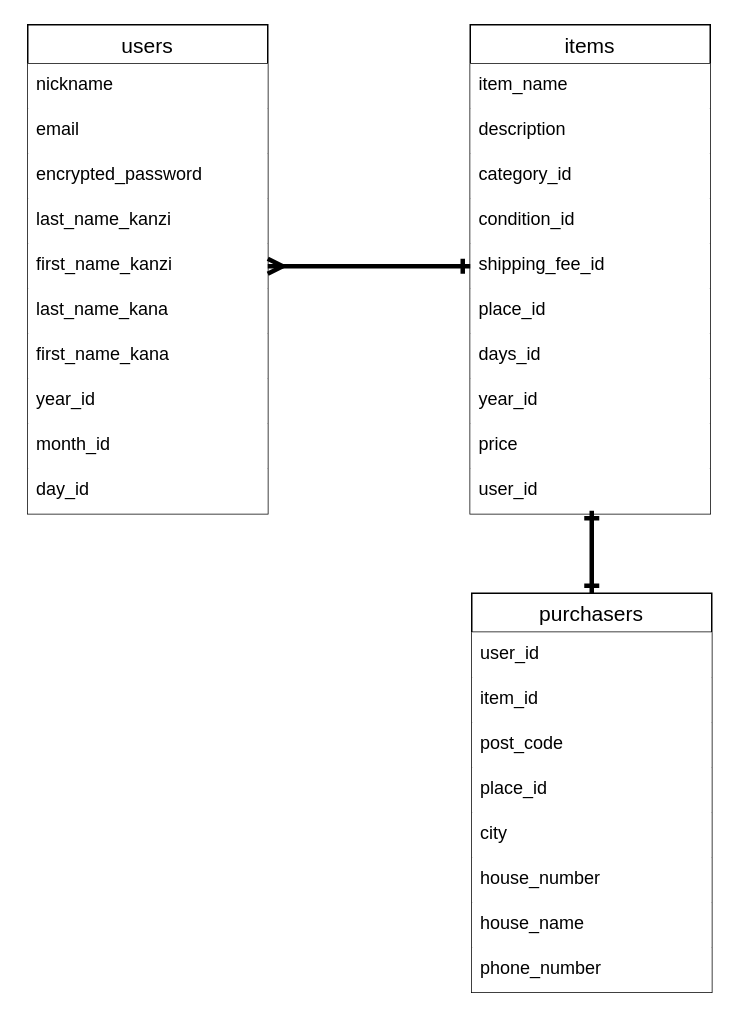
Above: furima.dio in FukuyamaTokuya/furima-4675 (draw.io), before the change. Source tidied: cells renumbered, new cells numbered last; positions are measured from the earlier drawing's top-left corner, leaving out a move shared by most shapes. Both pictures are drawn from the tidied source at 150%, with x=0, y=0 at pixel (27, 24).
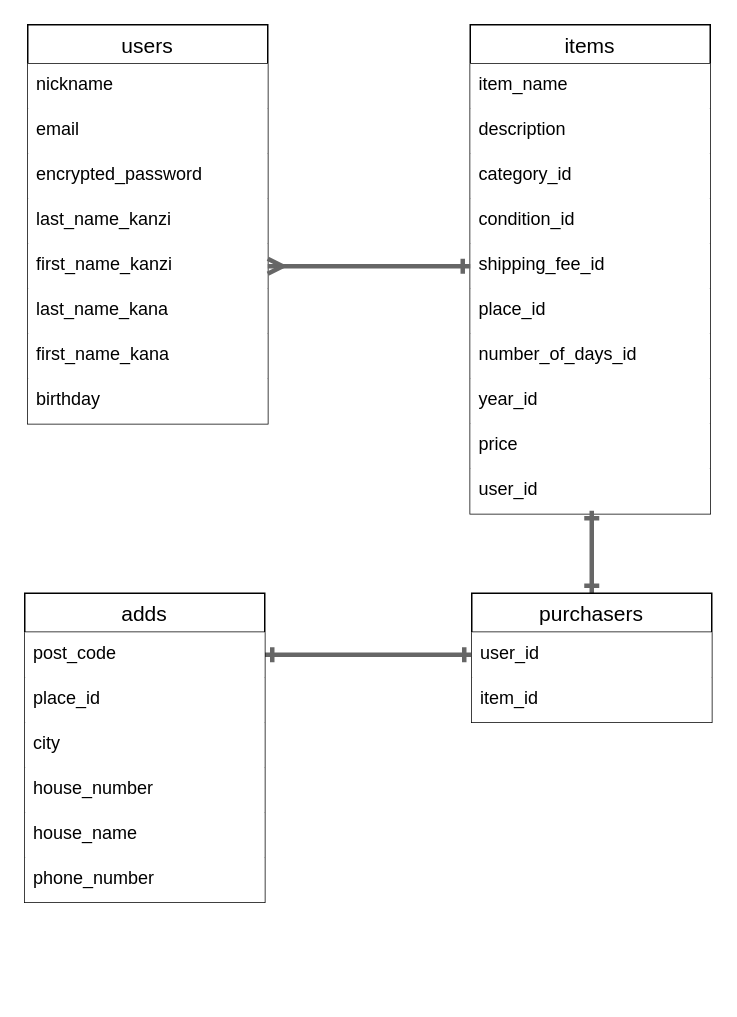
The same diagram, later.

Commit message (it also covers changes not shown here):
ER図とREADMEの修正２

The change refers to these unchanged cells:
```xml
<mxCell id="7" value="first_name_kanzi" style="text;strokeColor=none;fillColor=default;spacingLeft=4;spacingRight=4;overflow=hidden;points=[[0,0.5],[1,0.5]];portConstraint=eastwest;fontSize=12;" parent="2" vertex="1">
  <mxGeometry y="146" width="160" height="30" as="geometry" />
</mxCell>
<mxCell id="13" value="items" style="swimlane;fontStyle=0;horizontal=1;startSize=26;align=center;fontSize=14;" parent="1" vertex="1">
  <mxGeometry x="295" width="160" height="326" as="geometry" />
</mxCell>
<mxCell id="18" value="shipping_fee_id" style="text;strokeColor=none;fillColor=default;spacingLeft=4;spacingRight=4;overflow=hidden;points=[[0,0.5],[1,0.5]];portConstraint=eastwest;fontSize=12;" parent="13" vertex="1">
  <mxGeometry y="146" width="160" height="30" as="geometry" />
</mxCell>
<mxCell id="26" value="user_id" style="text;strokeColor=none;fillColor=default;spacingLeft=4;spacingRight=4;overflow=hidden;points=[[0,0.5],[1,0.5]];portConstraint=eastwest;fontSize=12;" parent="25" vertex="1">
  <mxGeometry y="26" width="160" height="30" as="geometry" />
</mxCell>
```

What changed in the source:
```diff
@@
     <mxCell id="2" value="users" style="swimlane;fontStyle=0;horizontal=1;startSize=26;align=center;fontSize=14;" parent="1" vertex="1">
-      <mxGeometry width="160" height="326" as="geometry" />
+      <mxGeometry width="160" height="266" as="geometry" />
     </mxCell>
@@
-    <mxCell id="10" value="year_id" style="text;strokeColor=none;fillColor=default;spacingLeft=4;spacingRight=4;overflow=hidden;fontSize=12;" parent="2" vertex="1">
+    <mxCell id="10" value="birthday" style="text;strokeColor=none;fillColor=default;spacingLeft=4;spacingRight=4;overflow=hidden;fontSize=12;" parent="2" vertex="1">
       <mxGeometry y="236" width="160" height="30" as="geometry" />
     </mxCell>
-    <mxCell id="11" value="month_id" style="text;strokeColor=none;fillColor=default;spacingLeft=4;spacingRight=4;overflow=hidden;fontSize=12;" parent="2" vertex="1">
-      <mxGeometry y="266" width="160" height="30" as="geometry" />
-    </mxCell>
-    <mxCell id="12" value="day_id" style="text;strokeColor=none;fillColor=default;spacingLeft=4;spacingRight=4;overflow=hidden;fontSize=12;" parent="2" vertex="1">
-      <mxGeometry y="296" width="160" height="30" as="geometry" />
-    </mxCell>
@@
-    <mxCell id="20" value="days_id" style="text;strokeColor=none;fillColor=default;spacingLeft=4;spacingRight=4;overflow=hidden;fontSize=12;" parent="13" vertex="1">
+    <mxCell id="20" value="number_of_days_id" style="text;strokeColor=none;fillColor=default;spacingLeft=4;spacingRight=4;overflow=hidden;fontSize=12;" parent="13" vertex="1">
       <mxGeometry y="206" width="160" height="30" as="geometry" />
     </mxCell>
@@
-    <mxCell id="24" style="edgeStyle=none;html=1;exitX=0.5;exitY=0;exitDx=0;exitDy=0;strokeWidth=3;endArrow=ERone;endFill=0;startArrow=ERone;startFill=0;" parent="1" edge="1" source="25">
+    <mxCell id="24" style="edgeStyle=none;html=1;exitX=0.5;exitY=0;exitDx=0;exitDy=0;strokeWidth=3;endArrow=ERone;endFill=0;startArrow=ERone;startFill=0;fillColor=#f5f5f5;strokeColor=#666666;" parent="1" edge="1" source="25">
       <mxGeometry relative="1" as="geometry">
         <mxPoint x="376" y="324" as="targetPoint" />
       </mxGeometry>
     </mxCell>
+    <mxCell id="35" style="edgeStyle=none;html=1;exitX=0;exitY=0.5;exitDx=0;exitDy=0;strokeWidth=3;startArrow=ERone;startFill=0;endArrow=ERone;endFill=0;fillColor=#f5f5f5;strokeColor=#666666;entryX=1;entryY=0.5;entryDx=0;entryDy=0;" parent="1" edge="1" source="26" target="28">
+      <mxGeometry relative="1" as="geometry" />
+    </mxCell>
     <mxCell id="25" value="purchasers" style="swimlane;fontStyle=0;horizontal=1;startSize=26;align=center;fontSize=14;" parent="1" vertex="1">
-      <mxGeometry x="296" y="379" width="160" height="266" as="geometry" />
+      <mxGeometry x="296" y="379" width="160" height="86" as="geometry" />
     </mxCell>
@@
+    <mxCell id="34" style="edgeStyle=none;html=1;exitX=1;exitY=0.5;exitDx=0;exitDy=0;entryX=0;entryY=0.5;entryDx=0;entryDy=0;strokeWidth=3;startArrow=ERmany;startFill=0;endArrow=ERone;endFill=0;fillColor=#f5f5f5;strokeColor=#666666;" parent="1" edge="1" source="7" target="18">
+      <mxGeometry relative="1" as="geometry" />
+    </mxCell>
+    <mxCell id="36" value="adds" style="swimlane;fontStyle=0;horizontal=1;startSize=26;align=center;fontSize=14;" parent="1" vertex="1">
+      <mxGeometry x="-2" y="379" width="160" height="206" as="geometry" />
+    </mxCell>
-    <mxCell id="28" value="post_code" style="text;strokeColor=none;fillColor=default;spacingLeft=4;spacingRight=4;overflow=hidden;points=[[0,0.5],[1,0.5]];portConstraint=eastwest;fontSize=12;" parent="25" vertex="1">
-      <mxGeometry y="86" width="160" height="30" as="geometry" />
+    <mxCell id="28" value="post_code" style="text;strokeColor=none;fillColor=default;spacingLeft=4;spacingRight=4;overflow=hidden;points=[[0,0.5],[1,0.5]];portConstraint=eastwest;fontSize=12;" parent="36" vertex="1">
+      <mxGeometry y="26" width="160" height="30" as="geometry" />
     </mxCell>
-    <mxCell id="29" value="place_id" style="text;strokeColor=none;fillColor=default;spacingLeft=4;spacingRight=4;overflow=hidden;fontSize=12;" parent="25" vertex="1">
-      <mxGeometry y="116" width="160" height="30" as="geometry" />
+    <mxCell id="29" value="place_id" style="text;strokeColor=none;fillColor=default;spacingLeft=4;spacingRight=4;overflow=hidden;fontSize=12;" parent="36" vertex="1">
+      <mxGeometry y="56" width="160" height="30" as="geometry" />
     </mxCell>
-    <mxCell id="30" value="city" style="text;strokeColor=none;fillColor=default;spacingLeft=4;spacingRight=4;overflow=hidden;fontSize=12;" parent="25" vertex="1">
-      <mxGeometry y="146" width="160" height="30" as="geometry" />
+    <mxCell id="30" value="city" style="text;strokeColor=none;fillColor=default;spacingLeft=4;spacingRight=4;overflow=hidden;fontSize=12;" parent="36" vertex="1">
+      <mxGeometry y="86" width="160" height="30" as="geometry" />
     </mxCell>
-    <mxCell id="31" value="house_number" style="text;strokeColor=none;fillColor=default;spacingLeft=4;spacingRight=4;overflow=hidden;fontSize=12;" parent="25" vertex="1">
-      <mxGeometry y="176" width="160" height="30" as="geometry" />
+    <mxCell id="31" value="house_number" style="text;strokeColor=none;fillColor=default;spacingLeft=4;spacingRight=4;overflow=hidden;fontSize=12;" parent="36" vertex="1">
+      <mxGeometry y="116" width="160" height="30" as="geometry" />
     </mxCell>
-    <mxCell id="32" value="house_name" style="text;strokeColor=none;fillColor=default;spacingLeft=4;spacingRight=4;overflow=hidden;fontSize=12;" parent="25" vertex="1">
-      <mxGeometry y="206" width="160" height="30" as="geometry" />
+    <mxCell id="32" value="house_name" style="text;strokeColor=none;fillColor=default;spacingLeft=4;spacingRight=4;overflow=hidden;fontSize=12;" parent="36" vertex="1">
+      <mxGeometry y="146" width="160" height="30" as="geometry" />
     </mxCell>
-    <mxCell id="33" value="phone_number" style="text;strokeColor=none;fillColor=default;spacingLeft=4;spacingRight=4;overflow=hidden;fontSize=12;" parent="25" vertex="1">
-      <mxGeometry y="236" width="160" height="30" as="geometry" />
+    <mxCell id="33" value="phone_number" style="text;strokeColor=none;fillColor=default;spacingLeft=4;spacingRight=4;overflow=hidden;fontSize=12;" parent="36" vertex="1">
+      <mxGeometry y="176" width="160" height="30" as="geometry" />
     </mxCell>
-    <mxCell id="34" style="edgeStyle=none;html=1;exitX=1;exitY=0.5;exitDx=0;exitDy=0;entryX=0;entryY=0.5;entryDx=0;entryDy=0;strokeWidth=3;startArrow=ERmany;startFill=0;endArrow=ERone;endFill=0;" parent="1" edge="1" source="7" target="18">
-      <mxGeometry relative="1" as="geometry" />
-    </mxCell>
```
